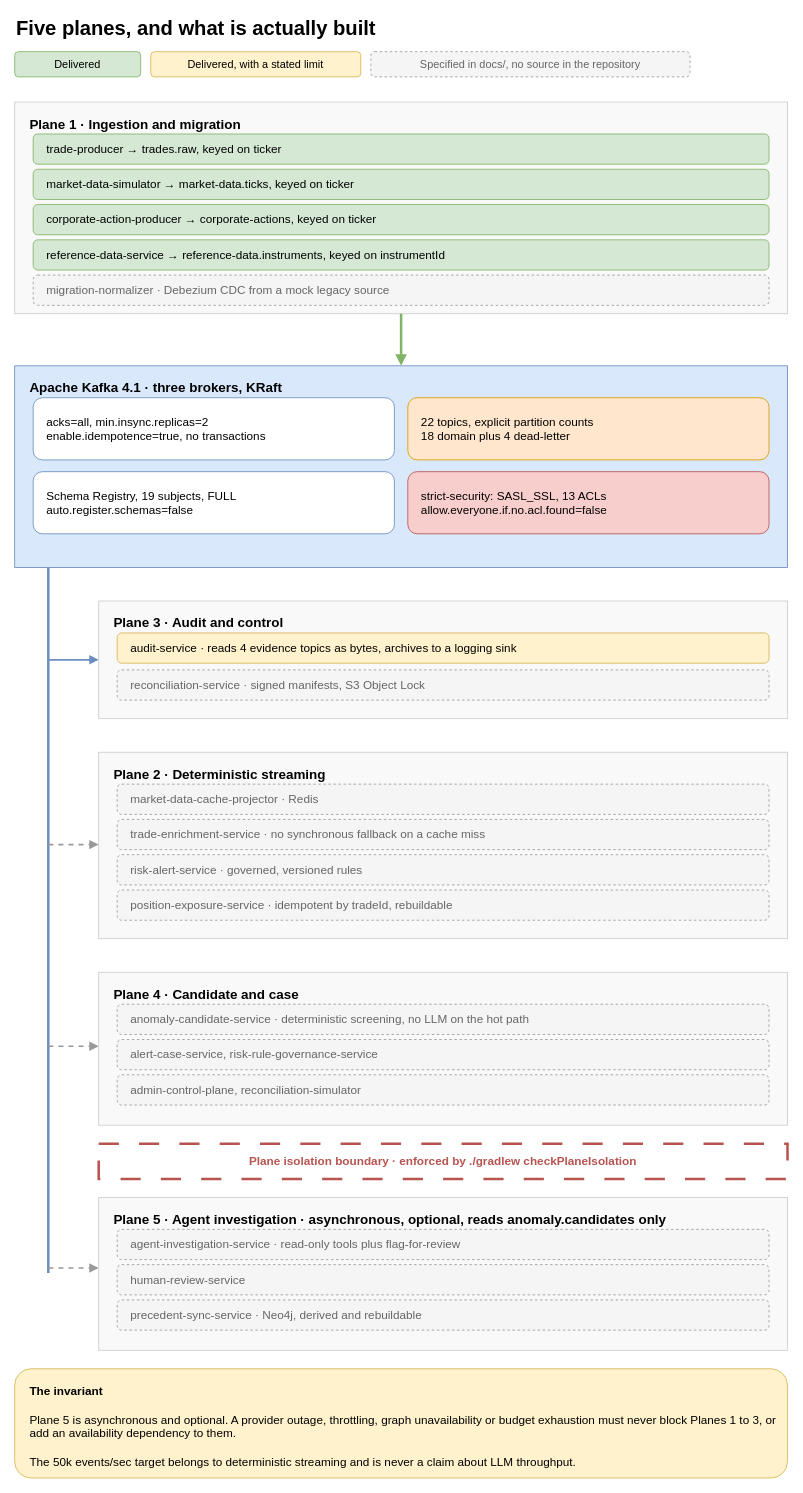
Above: guide/docs/diagrams/five-planes.drawio in salgotraja/financial-event-streaming-platform (draw.io), before the change. Source tidied: cells renumbered, new cells numbered last; positions are measured from the earlier drawing's top-left corner, leaving out a move shared by most shapes. Both pictures are drawn from the tidied source at 84%, with x=0, y=0 at pixel (14, 14).
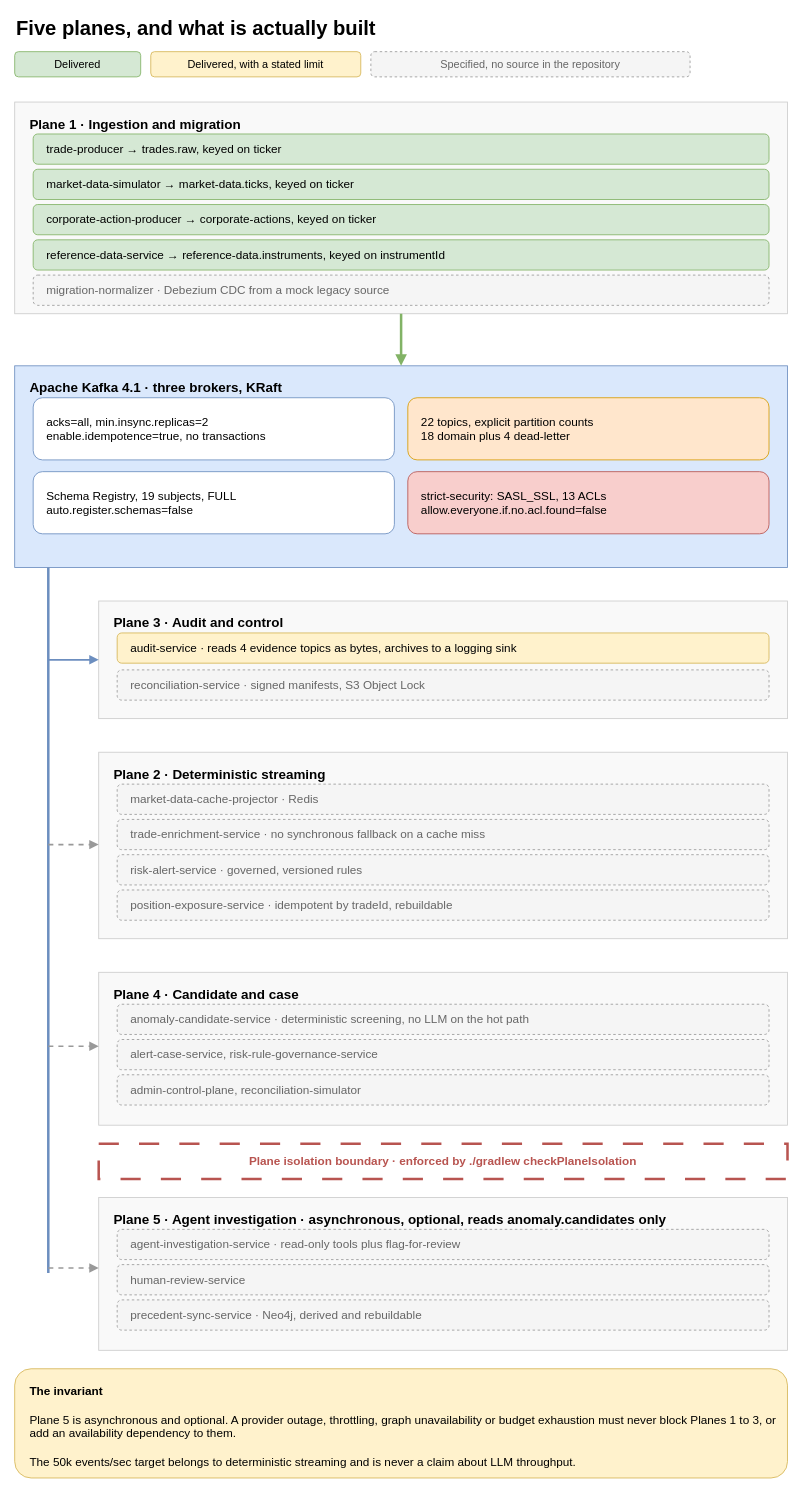
The same diagram, later.

Commit message (it also covers changes not shown here):
docs(guide): stop citing design documents that are not in the repository

What changed in the source:
```diff
@@
-    <mxCell id="5" value="Specified in docs/, no source in the repository" style="rounded=1;whiteSpace=wrap;html=1;fillColor=#f5f5f5;strokeColor=#999999;fontColor=#666666;dashed=1;fontSize=13;" parent="1" vertex="1">
+    <mxCell id="5" value="Specified, no source in the repository" style="rounded=1;whiteSpace=wrap;html=1;fillColor=#f5f5f5;strokeColor=#999999;fontColor=#666666;dashed=1;fontSize=13;" parent="1" vertex="1">
       <mxGeometry x="424" y="44" width="380" height="30" as="geometry" />
     </mxCell>
```
